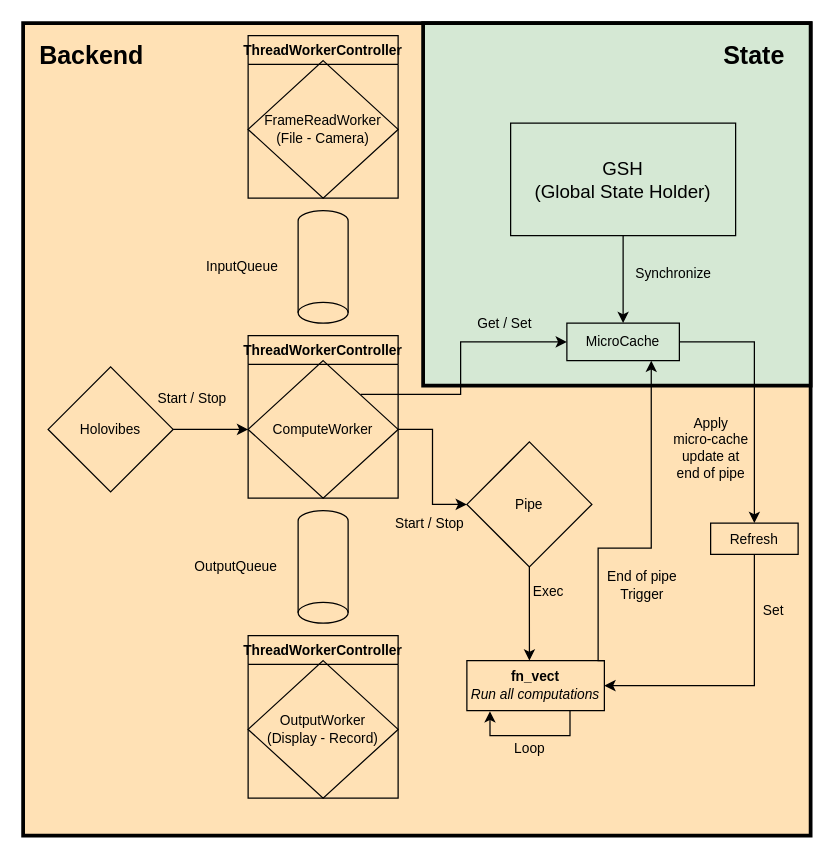
The draw.io diagram docs/Flowchart/Compute-worker.drawio in DigitalHolography/Holovibes, before the edit. Source tidied: cells renumbered, new cells numbered last; positions are measured from the earlier drawing's top-left corner, leaving out a move shared by most shapes. Both pictures are drawn from the tidied source at 125%, with x=0, y=0 at pixel (22, 22).
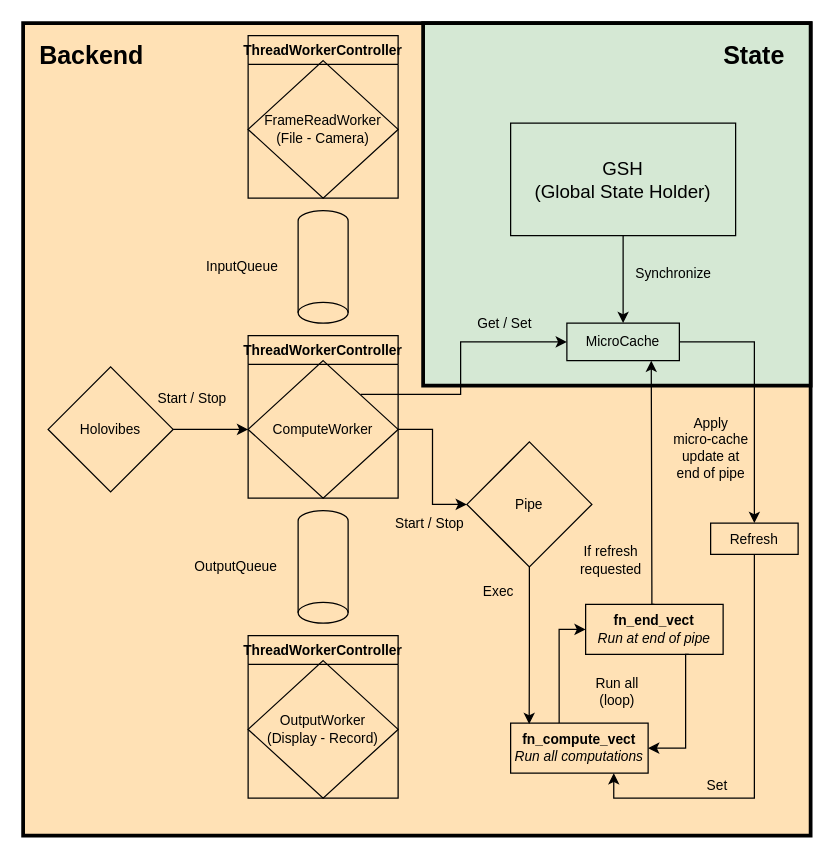
Above is the later version.

Unchanged cells that the change refers to:
```xml
<mxCell id="13" value="Pipe" style="rhombus;whiteSpace=wrap;html=1;fontSize=11;fillColor=none;" parent="1" vertex="1">
  <mxGeometry x="355" y="335" width="100" height="100" as="geometry" />
</mxCell>
<mxCell id="22" value="MicroCache" style="rounded=0;whiteSpace=wrap;html=1;fontSize=11;strokeColor=#000000;strokeWidth=1;fillColor=none;" parent="1" vertex="1">
  <mxGeometry x="435" y="240" width="90" height="30" as="geometry" />
</mxCell>
<mxCell id="35" value="Refresh" style="rounded=0;whiteSpace=wrap;html=1;fontSize=11;strokeColor=#000000;strokeWidth=1;fillColor=none;" parent="1" vertex="1">
  <mxGeometry x="550" y="400" width="70" height="25" as="geometry" />
</mxCell>
```

The edit, as a diff of the source:
```diff
@@
-    <mxCell id="9" style="edgeStyle=orthogonalEdgeStyle;rounded=0;jettySize=auto;html=1;exitX=1;exitY=0;exitDx=0;exitDy=0;entryX=0.75;entryY=1;entryDx=0;entryDy=0;fontSize=11;strokeColor=default;strokeWidth=1;" parent="1" edge="1" source="10" target="22">
+    <mxCell id="9" style="edgeStyle=orthogonalEdgeStyle;rounded=0;jettySize=auto;html=1;entryX=0.75;entryY=1;entryDx=0;entryDy=0;fontSize=11;strokeColor=default;strokeWidth=1;exitX=0.5;exitY=0;exitDx=0;exitDy=0;" parent="1" edge="1" source="43" target="22">
       <mxGeometry relative="1" as="geometry">
         <Array as="points">
-          <mxPoint x="460" y="420" />
-          <mxPoint x="503" y="420" />
+          <mxPoint x="503" y="465" />
+          <mxPoint x="503" y="450" />
         </Array>
       </mxGeometry>
     </mxCell>
+    <mxCell id="41" style="edgeStyle=orthogonalEdgeStyle;rounded=0;jettySize=auto;html=1;exitX=0.353;exitY=0;exitDx=0;exitDy=0;entryX=0;entryY=0.5;entryDx=0;entryDy=0;exitPerimeter=0;" parent="1" edge="1" source="10" target="43">
+      <mxGeometry relative="1" as="geometry" />
+    </mxCell>
-    <mxCell id="10" value="&lt;b&gt;fn_vect&lt;/b&gt;&lt;br&gt;&lt;i&gt;Run all computations&lt;br&gt;&lt;/i&gt;" style="rounded=0;whiteSpace=wrap;html=1;fontSize=11;fillColor=none;" parent="1" vertex="1">
-      <mxGeometry x="355" y="510" width="110" height="40" as="geometry" />
+    <mxCell id="10" value="&lt;b&gt;fn_compute_vect&lt;/b&gt;&lt;br&gt;&lt;i&gt;Run all computations&lt;br&gt;&lt;/i&gt;" style="rounded=0;whiteSpace=wrap;html=1;fontSize=11;fillColor=none;" parent="1" vertex="1">
+      <mxGeometry x="390" y="560" width="110" height="40" as="geometry" />
     </mxCell>
@@
-    <mxCell id="12" style="edgeStyle=orthogonalEdgeStyle;rounded=0;jettySize=auto;html=1;fontSize=11;strokeColor=default;entryX=0.455;entryY=0;entryDx=0;entryDy=0;entryPerimeter=0;" parent="1" edge="1" source="13" target="10">
+    <mxCell id="12" style="edgeStyle=orthogonalEdgeStyle;rounded=0;jettySize=auto;html=1;fontSize=11;strokeColor=default;entryX=0.135;entryY=0.02;entryDx=0;entryDy=0;entryPerimeter=0;" parent="1" edge="1" source="13" target="10">
       <mxGeometry relative="1" as="geometry" />
     </mxCell>
@@
-    <mxCell id="31" style="edgeStyle=orthogonalEdgeStyle;rounded=0;orthogonalLoop=1;jettySize=auto;html=1;exitX=0.75;exitY=1;exitDx=0;exitDy=0;entryX=0.168;entryY=1.013;entryDx=0;entryDy=0;entryPerimeter=0;fontSize=11;strokeColor=default;strokeWidth=1;" parent="1" edge="1" source="10" target="10">
-      <mxGeometry relative="1" as="geometry" />
-    </mxCell>
-    <mxCell id="32" value="Loop" style="text;html=1;align=center;verticalAlign=middle;strokeColor=none;fillColor=none;fontSize=11;" parent="1" vertex="1">
-      <mxGeometry x="385" y="570" width="40" height="20" as="geometry" />
+    <mxCell id="32" value="Run all&lt;br&gt;(loop)" style="text;html=1;align=center;verticalAlign=middle;strokeColor=none;fillColor=none;fontSize=11;" parent="1" vertex="1">
+      <mxGeometry x="450" y="520" width="50" height="30" as="geometry" />
     </mxCell>
     <mxCell id="33" value="Exec" style="text;html=1;align=center;verticalAlign=middle;strokeColor=none;fillColor=none;fontSize=11;" parent="1" vertex="1">
-      <mxGeometry x="400" y="445" width="40" height="20" as="geometry" />
+      <mxGeometry x="360" y="445" width="40" height="20" as="geometry" />
     </mxCell>
-    <mxCell id="34" style="edgeStyle=orthogonalEdgeStyle;rounded=0;jettySize=auto;html=1;entryX=1;entryY=0.5;entryDx=0;entryDy=0;fontSize=11;strokeColor=default;strokeWidth=1;" parent="1" edge="1" source="35" target="10">
-      <mxGeometry relative="1" as="geometry">
-        <Array as="points">
-          <mxPoint x="585" y="530" />
-        </Array>
-      </mxGeometry>
+    <mxCell id="34" style="edgeStyle=orthogonalEdgeStyle;rounded=0;jettySize=auto;html=1;exitX=0.5;exitY=1;exitDx=0;exitDy=0;entryX=0.75;entryY=1;entryDx=0;entryDy=0;" parent="1" edge="1" source="35" target="10">
+      <mxGeometry relative="1" as="geometry" />
     </mxCell>
@@
-    <mxCell id="36" value="End of pipe&lt;br&gt;Trigger" style="text;html=1;align=center;verticalAlign=middle;strokeColor=none;fillColor=none;fontSize=11;" parent="1" vertex="1">
-      <mxGeometry x="460" y="435" width="70" height="30" as="geometry" />
+    <mxCell id="36" value="If refresh &lt;br&gt;requested" style="text;html=1;align=center;verticalAlign=middle;strokeColor=none;fillColor=none;fontSize=11;" parent="1" vertex="1">
+      <mxGeometry x="440" y="415" width="60" height="30" as="geometry" />
     </mxCell>
@@
     <mxCell id="38" value="Set" style="text;html=1;align=center;verticalAlign=middle;strokeColor=none;fillColor=none;fontSize=11;" parent="1" vertex="1">
-      <mxGeometry x="585" y="460" width="30" height="20" as="geometry" />
+      <mxGeometry x="540" y="600" width="30" height="20" as="geometry" />
     </mxCell>
@@
+    <mxCell id="42" style="edgeStyle=orthogonalEdgeStyle;rounded=0;jettySize=auto;html=1;exitX=0.75;exitY=1;exitDx=0;exitDy=0;entryX=1;entryY=0.5;entryDx=0;entryDy=0;" parent="1" edge="1" source="43" target="10">
+      <mxGeometry relative="1" as="geometry">
+        <Array as="points">
+          <mxPoint x="530" y="505" />
+          <mxPoint x="530" y="580" />
+        </Array>
+      </mxGeometry>
+    </mxCell>
+    <mxCell id="43" value="&lt;b&gt;fn_end_vect&lt;/b&gt;&lt;br&gt;&lt;i&gt;Run at end of pipe&lt;br&gt;&lt;/i&gt;" style="rounded=0;whiteSpace=wrap;html=1;fontSize=11;fillColor=none;" parent="1" vertex="1">
+      <mxGeometry x="450" y="465" width="110" height="40" as="geometry" />
+    </mxCell>
```
